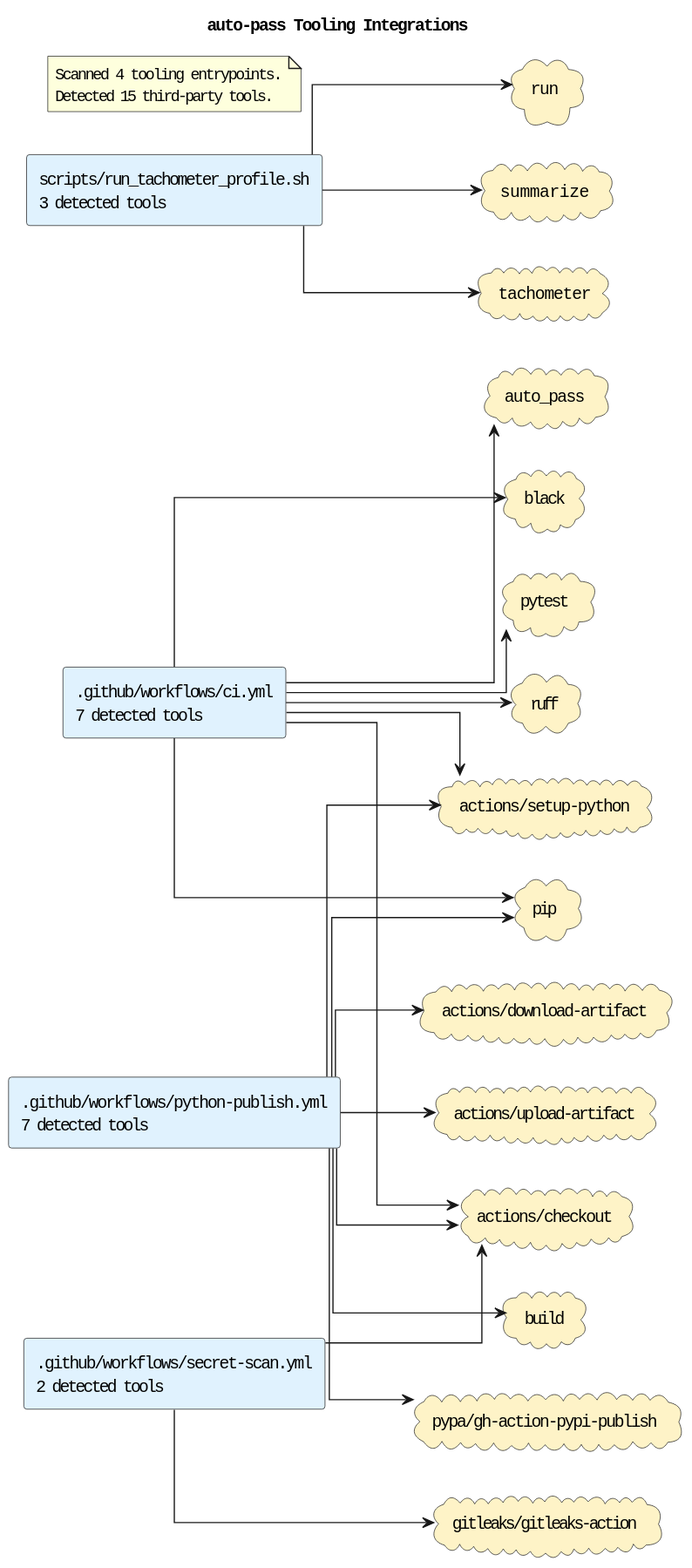
The PlantUML diagram docs/diagrams/tooling-integrations.puml.svg in casonk/auto-pass, before a commit.
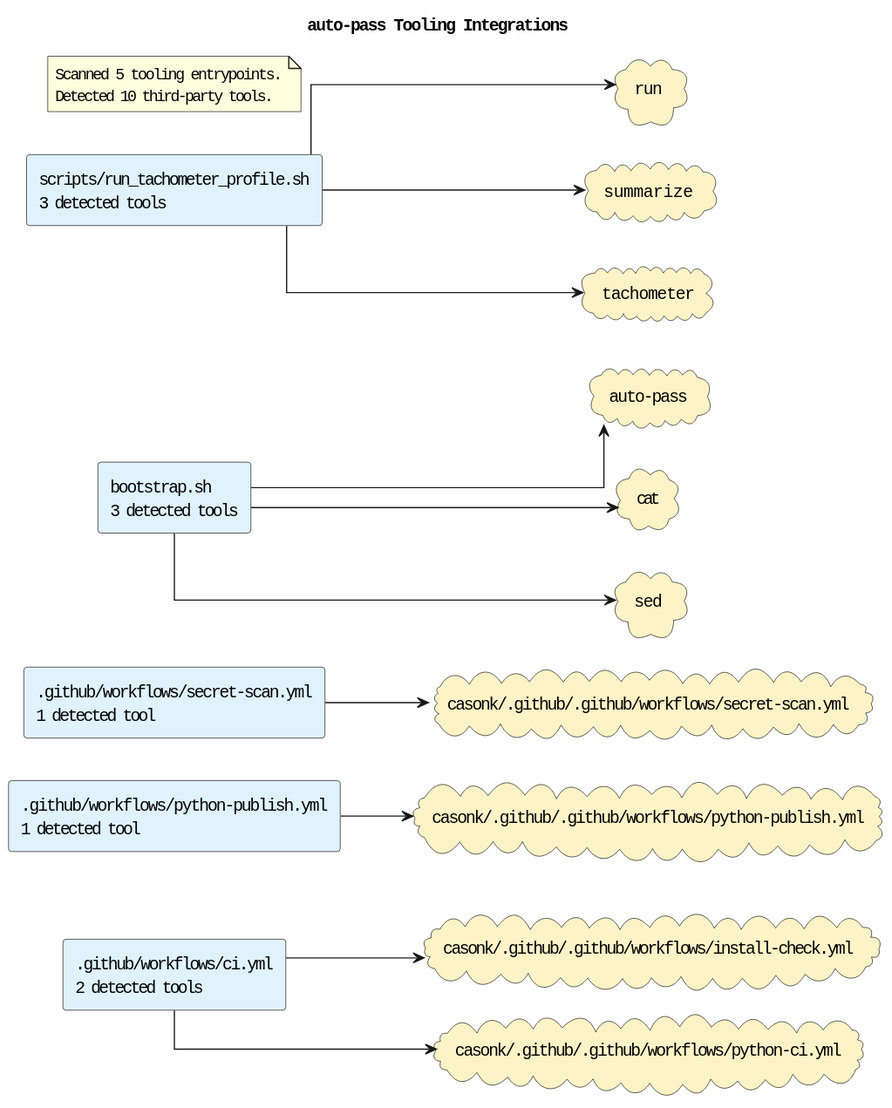
The same diagram one commit later.

What changed in the source:
```diff
@@ -5,46 +5,33 @@
 skinparam defaultFontName Monospace
 skinparam componentStyle rectangle
 skinparam linetype ortho
-rectangle ".github/workflows/ci.yml\n7 detected tools" as source_github_workflows_ci_yml #E0F2FE
-rectangle ".github/workflows/python-publish.yml\n7 detected tools" as source_github_workflows_python_publish_yml #E0F2FE
-rectangle ".github/workflows/secret-scan.yml\n2 detected tools" as source_github_workflows_secret_scan_yml #E0F2FE
+rectangle ".github/workflows/ci.yml\n2 detected tools" as source_github_workflows_ci_yml #E0F2FE
+rectangle ".github/workflows/python-publish.yml\n1 detected tool" as source_github_workflows_python_publish_yml #E0F2FE
+rectangle ".github/workflows/secret-scan.yml\n1 detected tool" as source_github_workflows_secret_scan_yml #E0F2FE
+rectangle "bootstrap.sh\n3 detected tools" as source_bootstrap_sh #E0F2FE
 rectangle "scripts/run_tachometer_profile.sh\n3 detected tools" as source_scripts_run_tachometer_profile_sh #E0F2FE
-cloud "actions/checkout" as tool_actions_checkout #FEF3C7
-cloud "actions/download-artifact" as tool_actions_download_artifact #FEF3C7
-cloud "actions/setup-python" as tool_actions_setup_python #FEF3C7
-cloud "actions/upload-artifact" as tool_actions_upload_artifact #FEF3C7
-cloud "auto_pass" as tool_auto_pass #FEF3C7
-cloud "black" as tool_black #FEF3C7
-cloud "build" as tool_build #FEF3C7
-cloud "gitleaks/gitleaks-action" as tool_gitleaks_gitleaks_action #FEF3C7
-cloud "pip" as tool_pip #FEF3C7
-cloud "pypa/gh-action-pypi-publish" as tool_pypa_gh_action_pypi_publish #FEF3C7
-cloud "pytest" as tool_pytest #FEF3C7
-cloud "ruff" as tool_ruff #FEF3C7
+cloud "auto-pass" as tool_auto_pass #FEF3C7
+cloud "casonk/.github/.github/workflows/install-check.yml" as tool_casonk_github_github_workflows_install_check_yml #FEF3C7
+cloud "casonk/.github/.github/workflows/python-ci.yml" as tool_casonk_github_github_workflows_python_ci_yml #FEF3C7
+cloud "casonk/.github/.github/workflows/python-publish.yml" as tool_casonk_github_github_workflows_python_publish_yml #FEF3C7
+cloud "casonk/.github/.github/workflows/secret-scan.yml" as tool_casonk_github_github_workflows_secret_scan_yml #FEF3C7
+cloud "cat" as tool_cat #FEF3C7
 cloud "run" as tool_run #FEF3C7
+cloud "sed" as tool_sed #FEF3C7
 cloud "summarize" as tool_summarize #FEF3C7
 cloud "tachometer" as tool_tachometer #FEF3C7
-source_github_workflows_ci_yml --> tool_actions_checkout
-source_github_workflows_ci_yml --> tool_actions_setup_python
-source_github_workflows_ci_yml --> tool_auto_pass
-source_github_workflows_ci_yml --> tool_black
-source_github_workflows_ci_yml --> tool_pip
-source_github_workflows_ci_yml --> tool_pytest
-source_github_workflows_ci_yml --> tool_ruff
-source_github_workflows_python_publish_yml --> tool_actions_checkout
-source_github_workflows_python_publish_yml --> tool_actions_download_artifact
-source_github_workflows_python_publish_yml --> tool_actions_setup_python
-source_github_workflows_python_publish_yml --> tool_actions_upload_artifact
-source_github_workflows_python_publish_yml --> tool_build
-source_github_workflows_python_publish_yml --> tool_pip
-source_github_workflows_python_publish_yml --> tool_pypa_gh_action_pypi_publish
-source_github_workflows_secret_scan_yml --> tool_actions_checkout
-source_github_workflows_secret_scan_yml --> tool_gitleaks_gitleaks_action
+source_github_workflows_ci_yml --> tool_casonk_github_github_workflows_install_check_yml
+source_github_workflows_ci_yml --> tool_casonk_github_github_workflows_python_ci_yml
+source_github_workflows_python_publish_yml --> tool_casonk_github_github_workflows_python_publish_yml
+source_github_workflows_secret_scan_yml --> tool_casonk_github_github_workflows_secret_scan_yml
+source_bootstrap_sh --> tool_auto_pass
+source_bootstrap_sh --> tool_cat
+source_bootstrap_sh --> tool_sed
 source_scripts_run_tachometer_profile_sh --> tool_run
 source_scripts_run_tachometer_profile_sh --> tool_summarize
 source_scripts_run_tachometer_profile_sh --> tool_tachometer
 note as toolingGraphSummary
-Scanned 4 tooling entrypoints.
-Detected 15 third-party tools.
+Scanned 5 tooling entrypoints.
+Detected 10 third-party tools.
 end note
 @enduml
```
